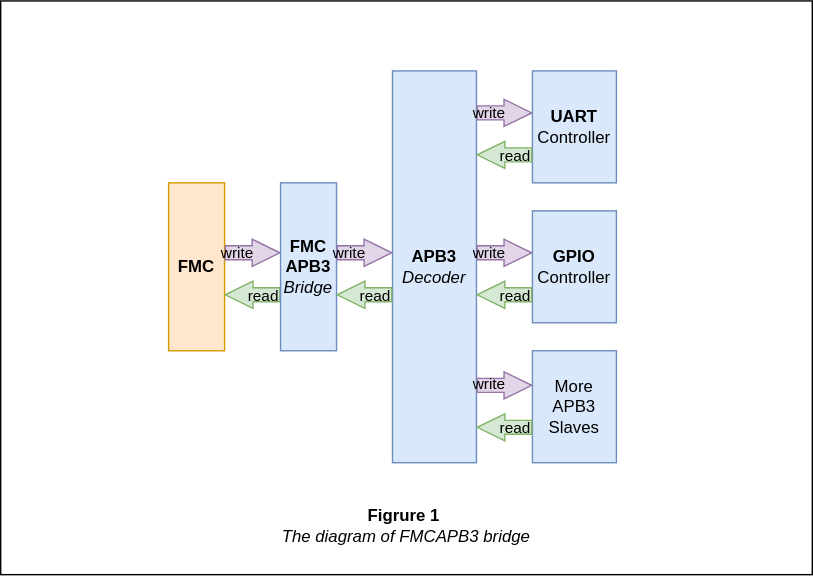
Earlier version of the draw.io export img/diagram.drawio.svg (Sakura-Pi/fmcapb3). Source tidied: cells renumbered, new cells last; positions are measured from the earlier drawing's top-left corner, leaving out a move shared by most shapes.
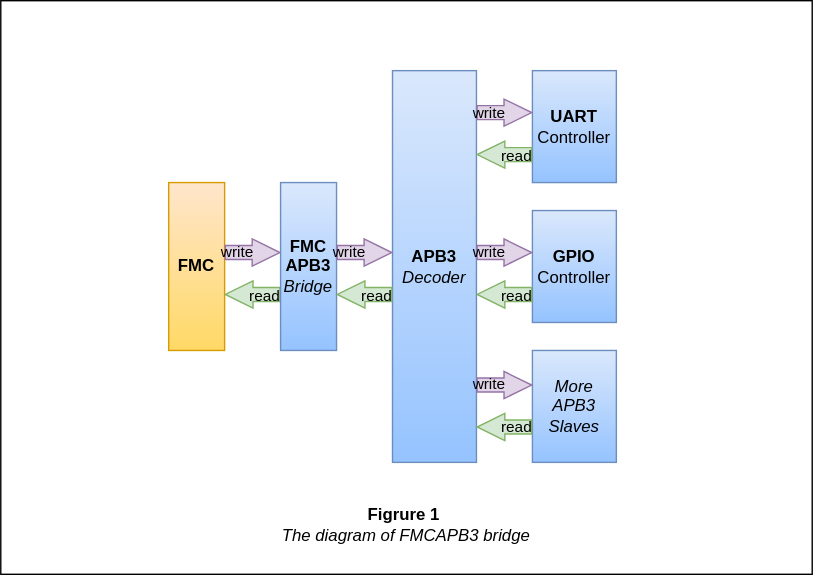
Later version of the same file.

What changed in the source:
```diff
@@ -5,7 +5,7 @@
     <mxCell id="2" style="rounded=0;whiteSpace=wrap;html=1;fillColor=light-dark(#FFFFFF,#FFFFFF);fillStyle=solid;" parent="1" vertex="1">
       <mxGeometry width="580" height="410" as="geometry" />
     </mxCell>
-    <mxCell id="3" value="&lt;b&gt;FMC&lt;/b&gt;" style="rounded=0;whiteSpace=wrap;html=1;fillColor=#ffe6cc;strokeColor=#d79b00;" parent="1" vertex="1">
+    <mxCell id="3" value="&lt;b&gt;FMC&lt;/b&gt;" style="rounded=0;whiteSpace=wrap;html=1;fillColor=#ffe6cc;strokeColor=#d79b00;gradientColor=#FFD966;fontColor=light-dark(#000000,#000000);" parent="1" vertex="1">
       <mxGeometry x="120" y="130" width="40" height="120" as="geometry" />
     </mxCell>
     <mxCell id="4" style="shape=flexArrow;endArrow=classic;html=1;rounded=0;endWidth=8.4;endSize=6.268;fillColor=#e1d5e7;strokeColor=#9673a6;" parent="1" edge="1">
@@ -14,7 +14,7 @@
         <mxPoint x="200" y="180" as="targetPoint" />
       </mxGeometry>
     </mxCell>
-    <mxCell id="5" value="write" style="edgeLabel;html=1;align=right;verticalAlign=middle;labelBackgroundColor=none;" parent="4" vertex="1">
+    <mxCell id="5" value="write" style="edgeLabel;html=1;align=right;verticalAlign=middle;labelBackgroundColor=none;fontColor=light-dark(#000000,#000000);" parent="4" vertex="1">
       <mxGeometry x="0.07" y="1" relative="1" as="geometry" />
     </mxCell>
     <mxCell id="6" style="shape=flexArrow;endArrow=classic;html=1;rounded=0;endWidth=8.4;endSize=6.268;entryX=1;entryY=0.75;entryDx=0;entryDy=0;fillColor=#d5e8d4;strokeColor=#82b366;" parent="1" edge="1">
@@ -23,22 +23,22 @@
         <mxPoint x="160" y="210" as="targetPoint" />
       </mxGeometry>
     </mxCell>
-    <mxCell id="7" value="read&amp;nbsp;" style="edgeLabel;html=1;align=left;verticalAlign=middle;labelBackgroundColor=none;" parent="6" vertex="1">
+    <mxCell id="7" value="read&amp;nbsp;" style="edgeLabel;html=1;align=left;verticalAlign=middle;labelBackgroundColor=none;fontColor=light-dark(#000000,#000000);" parent="6" vertex="1">
       <mxGeometry x="0.22" relative="1" as="geometry" />
     </mxCell>
-    <mxCell id="8" value="&lt;b&gt;FMC&lt;/b&gt;&lt;div&gt;&lt;b&gt;APB3&lt;/b&gt;&lt;/div&gt;&lt;div&gt;&lt;i&gt;Bridge&lt;/i&gt;&lt;/div&gt;" style="rounded=0;whiteSpace=wrap;html=1;fillColor=#dae8fc;strokeColor=#6c8ebf;" parent="1" vertex="1">
+    <mxCell id="8" value="&lt;b&gt;FMC&lt;/b&gt;&lt;div&gt;&lt;b&gt;APB3&lt;/b&gt;&lt;/div&gt;&lt;div&gt;&lt;i&gt;Bridge&lt;/i&gt;&lt;/div&gt;" style="rounded=0;whiteSpace=wrap;html=1;fillColor=#dae8fc;strokeColor=#6c8ebf;gradientColor=#95C3FF;fontColor=light-dark(#000000,#000000);" parent="1" vertex="1">
       <mxGeometry x="200" y="130" width="40" height="120" as="geometry" />
     </mxCell>
-    <mxCell id="9" value="&lt;b&gt;APB3&lt;/b&gt;&lt;div&gt;&lt;i&gt;Decoder&lt;/i&gt;&lt;/div&gt;" style="rounded=0;whiteSpace=wrap;html=1;fillColor=#dae8fc;strokeColor=#6c8ebf;" parent="1" vertex="1">
+    <mxCell id="9" value="&lt;b&gt;APB3&lt;/b&gt;&lt;div&gt;&lt;i&gt;Decoder&lt;/i&gt;&lt;/div&gt;" style="rounded=0;whiteSpace=wrap;html=1;fillColor=#dae8fc;strokeColor=#6c8ebf;gradientColor=#95C3FF;fontColor=light-dark(#000000,#000000);" parent="1" vertex="1">
       <mxGeometry x="280" y="50" width="60" height="280" as="geometry" />
     </mxCell>
-    <mxCell id="10" value="&lt;b&gt;UART&lt;/b&gt;&lt;div&gt;Controller&lt;/div&gt;" style="rounded=0;whiteSpace=wrap;html=1;fillColor=#dae8fc;strokeColor=#6c8ebf;" parent="1" vertex="1">
+    <mxCell id="10" value="&lt;b&gt;UART&lt;/b&gt;&lt;div&gt;Controller&lt;/div&gt;" style="rounded=0;whiteSpace=wrap;html=1;fillColor=#dae8fc;strokeColor=#6c8ebf;gradientColor=#95C3FF;fontColor=light-dark(#000000,#000000);" parent="1" vertex="1">
       <mxGeometry x="380" y="50" width="60" height="80" as="geometry" />
     </mxCell>
-    <mxCell id="11" value="&lt;b&gt;GPIO&lt;/b&gt;&lt;div&gt;Controller&lt;/div&gt;" style="rounded=0;whiteSpace=wrap;html=1;fillColor=#dae8fc;strokeColor=#6c8ebf;" parent="1" vertex="1">
+    <mxCell id="11" value="&lt;b&gt;GPIO&lt;/b&gt;&lt;div&gt;Controller&lt;/div&gt;" style="rounded=0;whiteSpace=wrap;html=1;fillColor=#dae8fc;strokeColor=#6c8ebf;gradientColor=#95C3FF;fontColor=light-dark(#000000,#000000);" parent="1" vertex="1">
       <mxGeometry x="380" y="150" width="60" height="80" as="geometry" />
     </mxCell>
-    <mxCell id="12" value="More APB3&lt;div&gt;Slaves&lt;/div&gt;" style="rounded=0;whiteSpace=wrap;html=1;fillColor=#dae8fc;strokeColor=#6c8ebf;" parent="1" vertex="1">
+    <mxCell id="12" value="More APB3&lt;div&gt;Slaves&lt;/div&gt;" style="rounded=0;whiteSpace=wrap;html=1;fillColor=#dae8fc;strokeColor=#6c8ebf;gradientColor=#95C3FF;fontStyle=2;fontColor=light-dark(#000000,#000000);" parent="1" vertex="1">
       <mxGeometry x="380" y="250" width="60" height="80" as="geometry" />
     </mxCell>
     <mxCell id="13" style="shape=flexArrow;endArrow=classic;html=1;rounded=0;endWidth=8.4;endSize=6.268;fillColor=#e1d5e7;strokeColor=#9673a6;" parent="1" edge="1">
@@ -47,7 +47,7 @@
         <mxPoint x="280" y="180" as="targetPoint" />
       </mxGeometry>
     </mxCell>
-    <mxCell id="14" value="write" style="edgeLabel;html=1;align=right;verticalAlign=middle;labelBackgroundColor=none;" parent="13" vertex="1">
+    <mxCell id="14" value="write" style="edgeLabel;html=1;align=right;verticalAlign=middle;labelBackgroundColor=none;fontColor=light-dark(#000000,#000000);" parent="13" vertex="1">
       <mxGeometry x="0.07" y="1" relative="1" as="geometry" />
     </mxCell>
     <mxCell id="15" style="shape=flexArrow;endArrow=classic;html=1;rounded=0;endWidth=8.4;endSize=6.268;entryX=1;entryY=0.75;entryDx=0;entryDy=0;fillColor=#d5e8d4;strokeColor=#82b366;" parent="1" edge="1">
@@ -56,7 +56,7 @@
         <mxPoint x="240" y="210" as="targetPoint" />
       </mxGeometry>
     </mxCell>
-    <mxCell id="16" value="read&amp;nbsp;" style="edgeLabel;html=1;align=left;verticalAlign=middle;labelBackgroundColor=none;" parent="15" vertex="1">
+    <mxCell id="16" value="read&amp;nbsp;" style="edgeLabel;html=1;align=left;verticalAlign=middle;labelBackgroundColor=none;fontColor=light-dark(#000000,#000000);" parent="15" vertex="1">
       <mxGeometry x="0.22" relative="1" as="geometry" />
     </mxCell>
     <mxCell id="17" style="shape=flexArrow;endArrow=classic;html=1;rounded=0;endWidth=8.4;endSize=6.268;fillColor=#e1d5e7;strokeColor=#9673a6;" parent="1" edge="1">
@@ -65,7 +65,7 @@
         <mxPoint x="380" y="80" as="targetPoint" />
       </mxGeometry>
     </mxCell>
-    <mxCell id="18" value="write" style="edgeLabel;html=1;align=right;verticalAlign=middle;labelBackgroundColor=none;" parent="17" vertex="1">
+    <mxCell id="18" value="write" style="edgeLabel;html=1;align=right;verticalAlign=middle;labelBackgroundColor=none;fontColor=light-dark(#000000,#000000);" parent="17" vertex="1">
       <mxGeometry x="0.07" y="1" relative="1" as="geometry" />
     </mxCell>
     <mxCell id="19" style="shape=flexArrow;endArrow=classic;html=1;rounded=0;endWidth=8.4;endSize=6.268;entryX=1;entryY=0.75;entryDx=0;entryDy=0;fillColor=#d5e8d4;strokeColor=#82b366;" parent="1" edge="1">
@@ -74,7 +74,7 @@
         <mxPoint x="340" y="110" as="targetPoint" />
       </mxGeometry>
     </mxCell>
-    <mxCell id="20" value="read&amp;nbsp;" style="edgeLabel;html=1;align=left;verticalAlign=middle;labelBackgroundColor=none;" parent="19" vertex="1">
+    <mxCell id="20" value="read&amp;nbsp;" style="edgeLabel;html=1;align=left;verticalAlign=middle;labelBackgroundColor=none;fontColor=light-dark(#000000,#000000);" parent="19" vertex="1">
       <mxGeometry x="0.22" relative="1" as="geometry" />
     </mxCell>
     <mxCell id="21" style="shape=flexArrow;endArrow=classic;html=1;rounded=0;endWidth=8.4;endSize=6.268;fillColor=#e1d5e7;strokeColor=#9673a6;" parent="1" edge="1">
@@ -83,7 +83,7 @@
         <mxPoint x="380" y="180" as="targetPoint" />
       </mxGeometry>
     </mxCell>
-    <mxCell id="22" value="write" style="edgeLabel;html=1;align=right;verticalAlign=middle;labelBackgroundColor=none;" parent="21" vertex="1">
+    <mxCell id="22" value="write" style="edgeLabel;html=1;align=right;verticalAlign=middle;labelBackgroundColor=none;fontColor=light-dark(#000000,#000000);" parent="21" vertex="1">
       <mxGeometry x="0.07" y="1" relative="1" as="geometry" />
     </mxCell>
     <mxCell id="23" style="shape=flexArrow;endArrow=classic;html=1;rounded=0;endWidth=8.4;endSize=6.268;entryX=1;entryY=0.75;entryDx=0;entryDy=0;fillColor=#d5e8d4;strokeColor=#82b366;" parent="1" edge="1">
@@ -92,7 +92,7 @@
         <mxPoint x="340" y="210" as="targetPoint" />
       </mxGeometry>
     </mxCell>
-    <mxCell id="24" value="read&amp;nbsp;" style="edgeLabel;html=1;align=left;verticalAlign=middle;labelBackgroundColor=none;" parent="23" vertex="1">
+    <mxCell id="24" value="read&amp;nbsp;" style="edgeLabel;html=1;align=left;verticalAlign=middle;labelBackgroundColor=none;fontColor=light-dark(#000000,#000000);" parent="23" vertex="1">
       <mxGeometry x="0.22" relative="1" as="geometry" />
     </mxCell>
     <mxCell id="25" style="shape=flexArrow;endArrow=classic;html=1;rounded=0;endWidth=8.4;endSize=6.268;fillColor=#e1d5e7;strokeColor=#9673a6;" parent="1" edge="1">
@@ -101,7 +101,7 @@
         <mxPoint x="380" y="274.7" as="targetPoint" />
       </mxGeometry>
     </mxCell>
-    <mxCell id="26" value="write" style="edgeLabel;html=1;align=right;verticalAlign=middle;labelBackgroundColor=none;" parent="25" vertex="1">
+    <mxCell id="26" value="write" style="edgeLabel;html=1;align=right;verticalAlign=middle;labelBackgroundColor=none;fontColor=light-dark(#000000,#000000);" parent="25" vertex="1">
       <mxGeometry x="0.07" y="1" relative="1" as="geometry" />
     </mxCell>
     <mxCell id="27" style="shape=flexArrow;endArrow=classic;html=1;rounded=0;endWidth=8.4;endSize=6.268;entryX=1;entryY=0.75;entryDx=0;entryDy=0;fillColor=#d5e8d4;strokeColor=#82b366;" parent="1" edge="1">
@@ -110,10 +110,10 @@
         <mxPoint x="340" y="304.7" as="targetPoint" />
       </mxGeometry>
     </mxCell>
-    <mxCell id="28" value="read&amp;nbsp;" style="edgeLabel;html=1;align=left;verticalAlign=middle;labelBackgroundColor=none;" parent="27" vertex="1">
+    <mxCell id="28" value="read&amp;nbsp;" style="edgeLabel;html=1;align=left;verticalAlign=middle;labelBackgroundColor=none;fontColor=light-dark(#000000,#000000);" parent="27" vertex="1">
       <mxGeometry x="0.22" relative="1" as="geometry" />
     </mxCell>
-    <mxCell id="29" value="&lt;b&gt;Figrure 1&amp;nbsp;&lt;/b&gt;&lt;div&gt;&lt;i&gt;The diagram of FMCAPB3 bridge&lt;/i&gt;&lt;/div&gt;" style="text;html=1;align=center;verticalAlign=middle;whiteSpace=wrap;rounded=0;" parent="1" vertex="1">
+    <mxCell id="29" value="&lt;b&gt;Figrure 1&amp;nbsp;&lt;/b&gt;&lt;div&gt;&lt;i&gt;The diagram of FMCAPB3 bridge&lt;/i&gt;&lt;/div&gt;" style="text;html=1;align=center;verticalAlign=middle;whiteSpace=wrap;rounded=0;fontColor=light-dark(#000000,#000000);" parent="1" vertex="1">
       <mxGeometry x="165" y="360" width="250" height="30" as="geometry" />
     </mxCell>
   </root>
```
